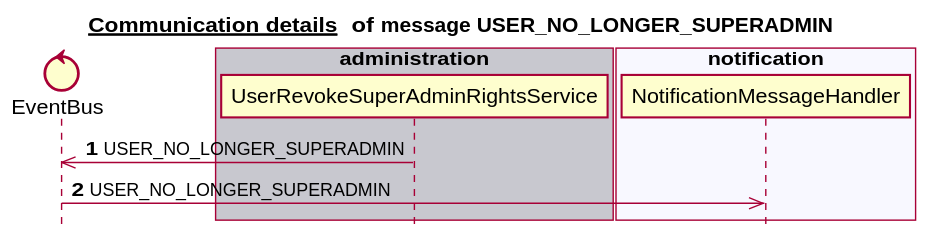
mercedes-benz/sechub keeps this PlantUML diagram as docs/latest/images/gen_domain_messaging_user_no_longer_superadmin.svg. Above is the earlier version.
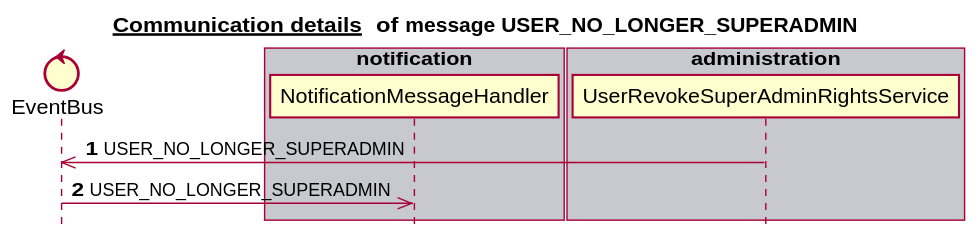
After the commit.

The edit, as a diff of the source:
```diff
@@ -6,17 +6,17 @@
 
 
 control EventBus
-box "scan" #C8C8CF
+box "notification" #C8C8CF
+   participant NotificationMessageHandler
 end box
 box "authorization" #F8F8FF
 end box
 box "administration" #C8C8CF
    participant UserRevokeSuperAdminRightsService
 end box
-box "notification" #F8F8FF
-   participant NotificationMessageHandler
+box "schedule" #F8F8FF
 end box
-box "schedule" #C8C8CF
+box "scan" #C8C8CF
 end box
 autonumber 1
 UserRevokeSuperAdminRightsService ->> EventBus:USER_NO_LONGER_SUPERADMIN
```
